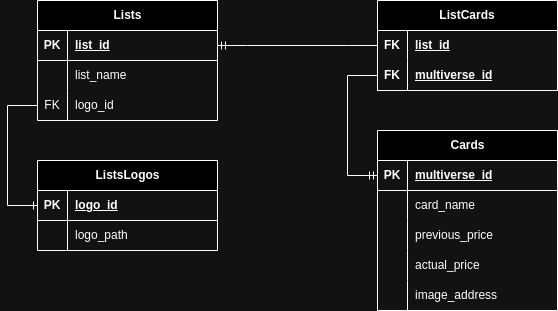
The draw.io diagram database/main/Main database diagram.png in typsoon/MTGspot-scrapper, before a commit. Source tidied: cells renumbered, new cells last; positions are measured from the earlier drawing's top-left corner, leaving out a move shared by most shapes.
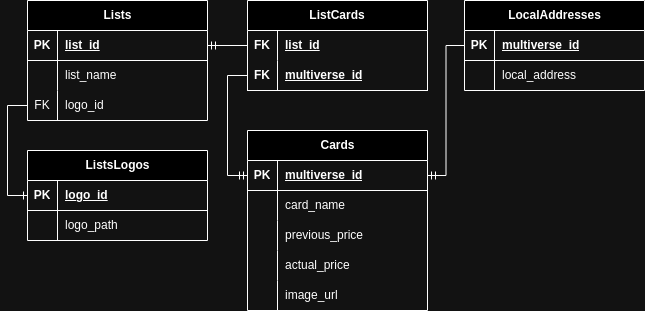
Above is the later version.

Diff of the diagram source:
```diff
@@ -3,7 +3,7 @@
     <mxCell id="0" />
     <mxCell id="1" parent="0" />
     <mxCell id="2" value="Lists" style="shape=table;startSize=30;rowLines=0;fontStyle=1;align=center;html=1;" parent="1" vertex="1">
-      <mxGeometry x="30" width="180" height="120" as="geometry" />
+      <mxGeometry x="70" width="180" height="120" as="geometry" />
     </mxCell>
     <mxCell id="3" style="shape=tableRow;horizontal=0;startSize=0;swimlaneHead=0;swimlaneBody=0;fillColor=none;points=[[0,0.5],[1,0.5]];portConstraint=eastwest;top=0;left=0;right=0;bottom=1;" parent="2" vertex="1">
       <mxGeometry y="30" width="180" height="30" as="geometry" />
@@ -33,7 +33,7 @@
       <mxGeometry x="30" width="150" height="30" as="geometry" />
     </mxCell>
     <mxCell id="12" value="ListCards" style="shape=table;startSize=30;rowLines=0;fontStyle=1;align=center;html=1;whiteSpace=wrap;" parent="1" vertex="1">
-      <mxGeometry x="370" width="180" height="90" as="geometry" />
+      <mxGeometry x="290" width="180" height="90" as="geometry" />
     </mxCell>
     <mxCell id="13" style="shape=tableRow;horizontal=0;startSize=0;swimlaneHead=0;swimlaneBody=0;fillColor=none;points=[[0,0.5],[1,0.5]];portConstraint=eastwest;top=0;left=0;right=0;bottom=0;html=1;" parent="12" vertex="1">
       <mxGeometry y="30" width="180" height="30" as="geometry" />
@@ -54,7 +54,7 @@
       <mxGeometry x="30" width="150" height="30" as="geometry" />
     </mxCell>
     <mxCell id="19" value="Cards" style="shape=table;startSize=30;rowLines=0;fontStyle=1;align=center;html=1;" parent="1" vertex="1">
-      <mxGeometry x="370" y="130" width="180" height="180" as="geometry" />
+      <mxGeometry x="290" y="130" width="180" height="180" as="geometry" />
     </mxCell>
     <mxCell id="20" style="shape=tableRow;horizontal=0;startSize=0;swimlaneHead=0;swimlaneBody=0;fillColor=none;points=[[0,0.5],[1,0.5]];portConstraint=eastwest;top=0;left=0;right=0;bottom=1;" parent="19" vertex="1">
       <mxGeometry y="30" width="180" height="30" as="geometry" />
@@ -98,13 +98,13 @@
     <mxCell id="33" style="shape=partialRectangle;fillColor=none;top=0;left=0;bottom=0;right=0;overflow=hidden;whiteSpace=wrap;html=1;" parent="32" vertex="1">
       <mxGeometry width="30" height="30" as="geometry" />
     </mxCell>
-    <mxCell id="34" value="image_address" style="shape=partialRectangle;fillColor=none;top=0;left=0;bottom=0;right=0;align=left;spacingLeft=6;overflow=hidden;whiteSpace=wrap;html=1;" parent="32" vertex="1">
+    <mxCell id="34" value="image_url" style="shape=partialRectangle;fillColor=none;top=0;left=0;bottom=0;right=0;align=left;spacingLeft=6;overflow=hidden;whiteSpace=wrap;html=1;" parent="32" vertex="1">
       <mxGeometry x="30" width="150" height="30" as="geometry" />
     </mxCell>
     <mxCell id="35" style="edgeStyle=elbowEdgeStyle;fontSize=12;html=1;endArrow=ERmandOne;rounded=0;entryX=0;entryY=0.5;entryDx=0;entryDy=0;exitX=0;exitY=0.5;exitDx=0;exitDy=0;" parent="1" edge="1" source="16" target="20">
       <mxGeometry relative="1" as="geometry">
         <Array as="points">
-          <mxPoint x="340" y="120" />
+          <mxPoint x="270" y="120" />
         </Array>
       </mxGeometry>
     </mxCell>
@@ -112,7 +112,7 @@
       <mxGeometry relative="1" as="geometry" />
     </mxCell>
     <mxCell id="37" value="ListsL&lt;span style=&quot;background-color: initial;&quot;&gt;ogos&lt;/span&gt;" style="shape=table;startSize=30;rowLines=0;fontStyle=1;align=center;html=1;" parent="1" vertex="1">
-      <mxGeometry x="30" y="160" width="180" height="90" as="geometry" />
+      <mxGeometry x="70" y="150" width="180" height="90" as="geometry" />
     </mxCell>
     <mxCell id="38" style="shape=tableRow;horizontal=0;startSize=0;swimlaneHead=0;swimlaneBody=0;fillColor=none;points=[[0,0.5],[1,0.5]];portConstraint=eastwest;top=0;left=0;right=0;bottom=1;" parent="37" vertex="1">
       <mxGeometry y="30" width="180" height="30" as="geometry" />
@@ -135,10 +135,34 @@
     <mxCell id="44" style="fontSize=12;html=1;endArrow=ERone;endFill=1;rounded=0;entryX=0;entryY=0.5;entryDx=0;entryDy=0;exitX=0;exitY=0.5;exitDx=0;exitDy=0;edgeStyle=orthogonalEdgeStyle;" parent="1" edge="1" source="9" target="38">
       <mxGeometry relative="1" as="geometry">
         <Array as="points">
-          <mxPoint y="105" />
-          <mxPoint y="205" />
+          <mxPoint x="50" y="105" />
+          <mxPoint x="50" y="195" />
         </Array>
       </mxGeometry>
     </mxCell>
+    <mxCell id="45" value="LocalAddresses" style="shape=table;startSize=30;rowLines=0;fontStyle=1;align=center;html=1;" parent="1" vertex="1">
+      <mxGeometry x="507" width="180" height="90" as="geometry" />
+    </mxCell>
+    <mxCell id="46" style="shape=tableRow;horizontal=0;startSize=0;swimlaneHead=0;swimlaneBody=0;fillColor=none;points=[[0,0.5],[1,0.5]];portConstraint=eastwest;top=0;left=0;right=0;bottom=1;" parent="45" vertex="1">
+      <mxGeometry y="30" width="180" height="30" as="geometry" />
+    </mxCell>
+    <mxCell id="47" value="PK" style="shape=partialRectangle;fillColor=none;top=0;left=0;bottom=0;right=0;fontStyle=1;overflow=hidden;whiteSpace=wrap;html=1;" parent="46" vertex="1">
+      <mxGeometry width="30" height="30" as="geometry" />
+    </mxCell>
+    <mxCell id="48" value="multiverse_id" style="shape=partialRectangle;fillColor=none;top=0;left=0;bottom=0;right=0;align=left;spacingLeft=6;fontStyle=5;overflow=hidden;whiteSpace=wrap;html=1;" parent="46" vertex="1">
+      <mxGeometry x="30" width="150" height="30" as="geometry" />
+    </mxCell>
+    <mxCell id="49" style="shape=tableRow;horizontal=0;startSize=0;swimlaneHead=0;swimlaneBody=0;fillColor=none;top=0;left=0;right=0;bottom=0;" parent="45" vertex="1">
+      <mxGeometry y="60" width="180" height="30" as="geometry" />
+    </mxCell>
+    <mxCell id="50" style="shape=partialRectangle;fillColor=none;top=0;left=0;bottom=0;right=0;overflow=hidden;whiteSpace=wrap;html=1;" parent="49" vertex="1">
+      <mxGeometry width="30" height="30" as="geometry" />
+    </mxCell>
+    <mxCell id="51" value="local_address" style="shape=partialRectangle;fillColor=none;top=0;left=0;bottom=0;right=0;align=left;spacingLeft=6;overflow=hidden;whiteSpace=wrap;html=1;" parent="49" vertex="1">
+      <mxGeometry x="30" width="150" height="30" as="geometry" />
+    </mxCell>
+    <mxCell id="52" style="edgeStyle=orthogonalEdgeStyle;fontSize=12;html=1;endArrow=ERmandOne;rounded=0;exitX=0;exitY=0.5;exitDx=0;exitDy=0;entryX=1;entryY=0.5;entryDx=0;entryDy=0;" parent="1" edge="1" source="46" target="20">
+      <mxGeometry relative="1" as="geometry" />
+    </mxCell>
   </root>
 </mxGraphModel>
```
